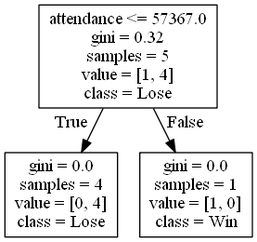
Before: DecisionTrees/Pac-12decision_tree_no_score8.png, a diagram exported from Graphviz (alexana-steck/CSE482Project). Its source is kept beside it as DecisionTrees/Pac-12decision_tree_no_score8.dot.
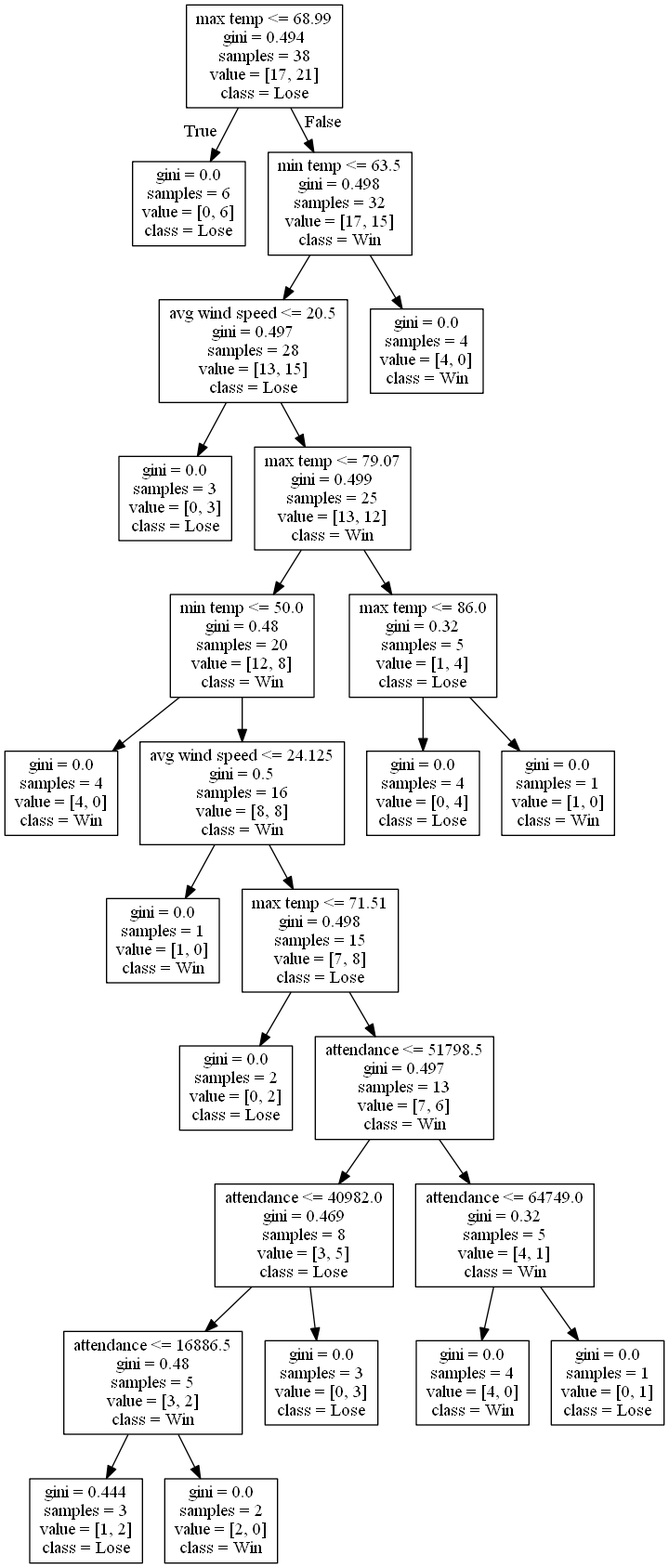
Later version of the same file.

Change to the diagram source:
```diff
@@ -1,8 +1,52 @@
 digraph Tree {
 node [shape=box] ;
-0 [label="attendance <= 57367.0\ngini = 0.32\nsamples = 5\nvalue = [1, 4]\nclass = Lose"] ;
-1 [label="gini = 0.0\nsamples = 4\nvalue = [0, 4]\nclass = Lose"] ;
+0 [label="max temp <= 68.99\ngini = 0.494\nsamples = 38\nvalue = [17, 21]\nclass = Lose"] ;
+1 [label="gini = 0.0\nsamples = 6\nvalue = [0, 6]\nclass = Lose"] ;
 0 -> 1 [labeldistance=2.5, labelangle=45, headlabel="True"] ;
-2 [label="gini = 0.0\nsamples = 1\nvalue = [1, 0]\nclass = Win"] ;
+2 [label="min temp <= 63.5\ngini = 0.498\nsamples = 32\nvalue = [17, 15]\nclass = Win"] ;
 0 -> 2 [labeldistance=2.5, labelangle=-45, headlabel="False"] ;
+3 [label="avg wind speed <= 20.5\ngini = 0.497\nsamples = 28\nvalue = [13, 15]\nclass = Lose"] ;
+2 -> 3 ;
+4 [label="gini = 0.0\nsamples = 3\nvalue = [0, 3]\nclass = Lose"] ;
+3 -> 4 ;
+5 [label="max temp <= 79.07\ngini = 0.499\nsamples = 25\nvalue = [13, 12]\nclass = Win"] ;
+3 -> 5 ;
+6 [label="min temp <= 50.0\ngini = 0.48\nsamples = 20\nvalue = [12, 8]\nclass = Win"] ;
+5 -> 6 ;
+7 [label="gini = 0.0\nsamples = 4\nvalue = [4, 0]\nclass = Win"] ;
+6 -> 7 ;
+8 [label="avg wind speed <= 24.125\ngini = 0.5\nsamples = 16\nvalue = [8, 8]\nclass = Win"] ;
+6 -> 8 ;
+9 [label="gini = 0.0\nsamples = 1\nvalue = [1, 0]\nclass = Win"] ;
+8 -> 9 ;
+10 [label="max temp <= 71.51\ngini = 0.498\nsamples = 15\nvalue = [7, 8]\nclass = Lose"] ;
+8 -> 10 ;
+11 [label="gini = 0.0\nsamples = 2\nvalue = [0, 2]\nclass = Lose"] ;
+10 -> 11 ;
+12 [label="attendance <= 51798.5\ngini = 0.497\nsamples = 13\nvalue = [7, 6]\nclass = Win"] ;
+10 -> 12 ;
+13 [label="attendance <= 40982.0\ngini = 0.469\nsamples = 8\nvalue = [3, 5]\nclass = Lose"] ;
+12 -> 13 ;
+14 [label="attendance <= 16886.5\ngini = 0.48\nsamples = 5\nvalue = [3, 2]\nclass = Win"] ;
+13 -> 14 ;
+15 [label="gini = 0.444\nsamples = 3\nvalue = [1, 2]\nclass = Lose"] ;
+14 -> 15 ;
+16 [label="gini = 0.0\nsamples = 2\nvalue = [2, 0]\nclass = Win"] ;
+14 -> 16 ;
+17 [label="gini = 0.0\nsamples = 3\nvalue = [0, 3]\nclass = Lose"] ;
+13 -> 17 ;
+18 [label="attendance <= 64749.0\ngini = 0.32\nsamples = 5\nvalue = [4, 1]\nclass = Win"] ;
+12 -> 18 ;
+19 [label="gini = 0.0\nsamples = 4\nvalue = [4, 0]\nclass = Win"] ;
+18 -> 19 ;
+20 [label="gini = 0.0\nsamples = 1\nvalue = [0, 1]\nclass = Lose"] ;
+18 -> 20 ;
+21 [label="max temp <= 86.0\ngini = 0.32\nsamples = 5\nvalue = [1, 4]\nclass = Lose"] ;
+5 -> 21 ;
+22 [label="gini = 0.0\nsamples = 4\nvalue = [0, 4]\nclass = Lose"] ;
+21 -> 22 ;
+23 [label="gini = 0.0\nsamples = 1\nvalue = [1, 0]\nclass = Win"] ;
+21 -> 23 ;
+24 [label="gini = 0.0\nsamples = 4\nvalue = [4, 0]\nclass = Win"] ;
+2 -> 24 ;
 }
```
